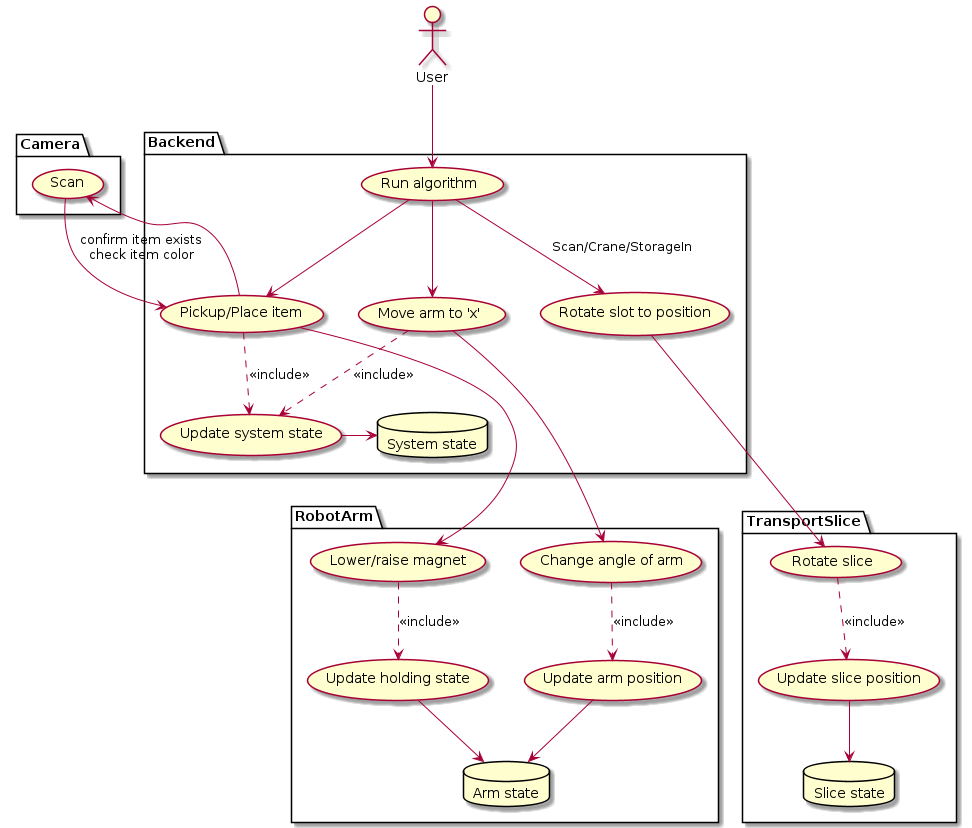
Above: docs/diagrams/use-case-diagram-v1.png in devantler/software-engineering-f22-shared (PlantUML), before the change.
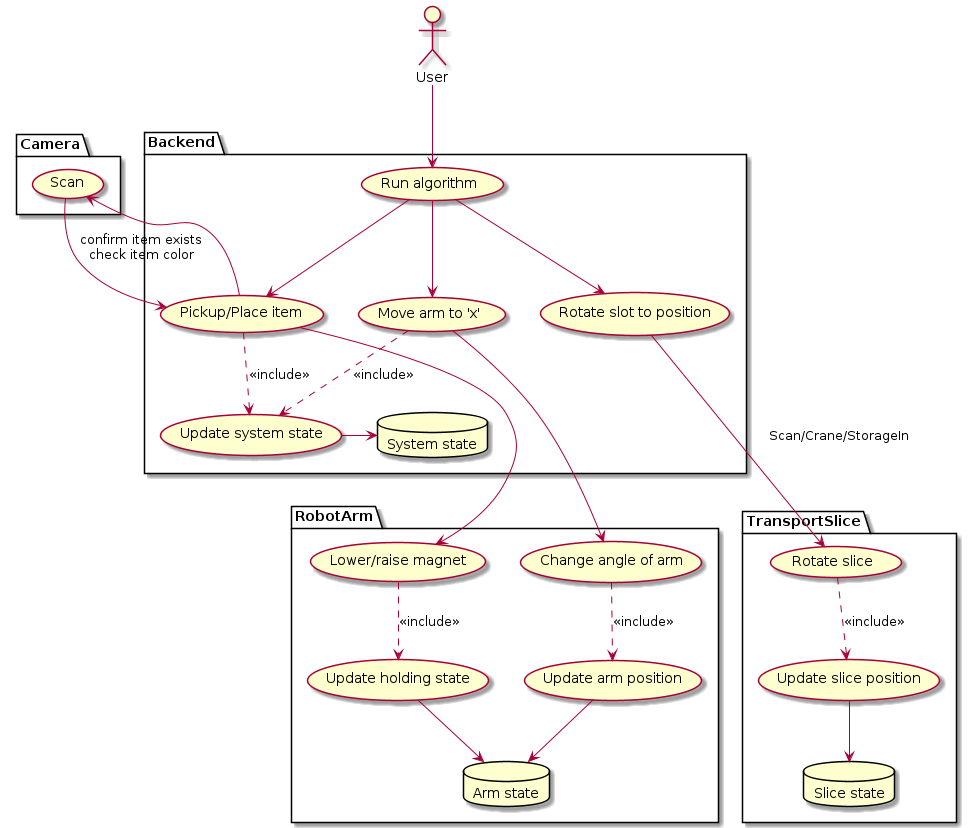
The same diagram one commit later.

Commit message:
Moved Scan/Crane/StorageIn label

The edit, as a diff of the source:
```diff
@@ -33,7 +33,7 @@
 User --> (Run algorithm)
 
 (Run algorithm) --> (Move arm to 'x')
-(Run algorithm) --> (Rotate slot to position) : Scan/Crane/StorageIn
+(Run algorithm) --> (Rotate slot to position)
 (Run algorithm) --> (Pickup/Place item)
 
 (Move arm to 'x') ---> (Change angle of arm)
@@ -50,7 +50,7 @@
 (Update holding state) --> armState
 
 
-(Rotate slot to position) ---> (Rotate slice)
+(Rotate slot to position) ---> (Rotate slice) : Scan/Crane/StorageIn
 (Rotate slice) ..> (Update slice position) : <<include>>
 (Update slice position) --> sliceState
 
```
